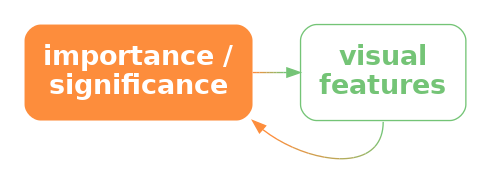
pmur002/hdvw keeps this Graphviz diagram as Diagrams/imp-vis-decode.png. Above is the earlier version. Its source is kept beside it as Diagrams/imp-vis-decode.dot.
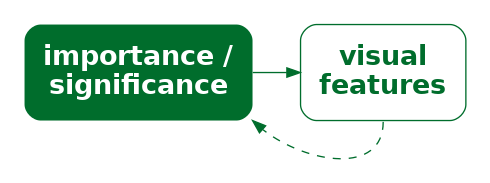
After the change.

Change to the diagram source:
```diff
@@ -1,9 +1,9 @@
 digraph {
   graph [ rankdir=LR; margin=.2; nodesep=.5 ];
   node [ fontsize=20; fontname="sans bold"; margin=.2 ];
-  imp [ label="importance /\nsignificance"; shape=box; style="filled, rounded"; penwidth=0; fontcolor=white; fillcolor="#FD8D3C" ]
+  imp [ label="importance /\nsignificance"; shape=box; style="filled, rounded"; penwidth=0; fontcolor=white; fillcolor="#006D2C" ]
   vis [ label="visual\nfeatures"; shape=box;
-     style="rounded"; color="#74C476"; fontcolor="#74C476" ]
-  imp -> vis [ style="bold"; penwidth=1; color="#FD8D3C;0.1:#EE9342;0.1:#DF9949;0.1:#CF9F4F;0.1:#C0A556;0.1:#B1AC5C;0.1:#A2B263;0.1:#92B869;0.1:#83BE70;0.1:#74C476;0.1" ]
-  vis:s -> imp:se [ style="solid", color="#74C476;0.1:#83BE70;0.1:#92B869;0.1:#A2B263;0.1:#B1AC5C;0.1:#C0A556;0.1:#CF9F4F;0.1:#DF9949;0.1:#EE9342;0.1:#FD8D3C;0.1" ]
+     style="rounded"; color="#006D2C"; fontcolor="#006D2C" ]
+  imp -> vis [ style="bold"; penwidth=1; color="#006D2C" ]
+  vis:s -> imp:se [ style="dashed", color="#006D2C" ]
 }
```
